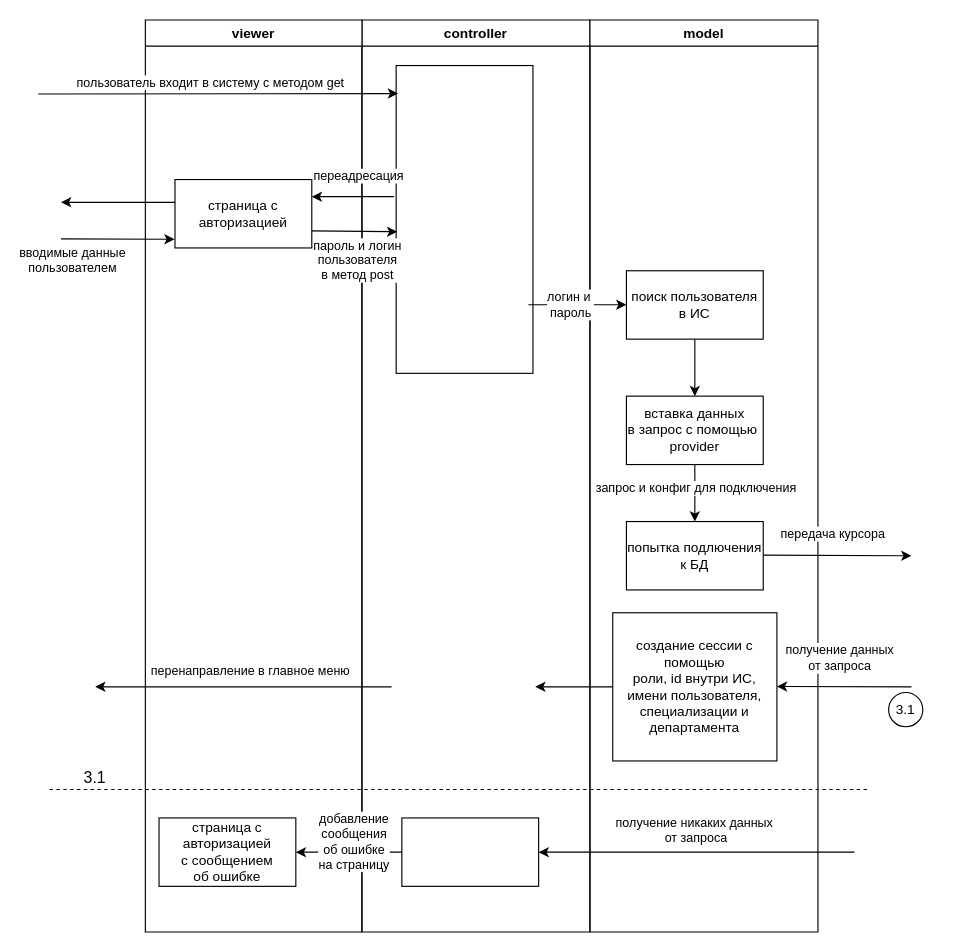
Kirpichikk/final_project keeps this draw.io diagram as мьс/авторизация.drawio. Above is the earlier version. Source tidied: cells renumbered, new cells numbered last; positions are measured from the earlier drawing's top-left corner, leaving out a move shared by most shapes. Both pictures are drawn from the tidied source at 114%, with x=0, y=0 at pixel (38, 19).
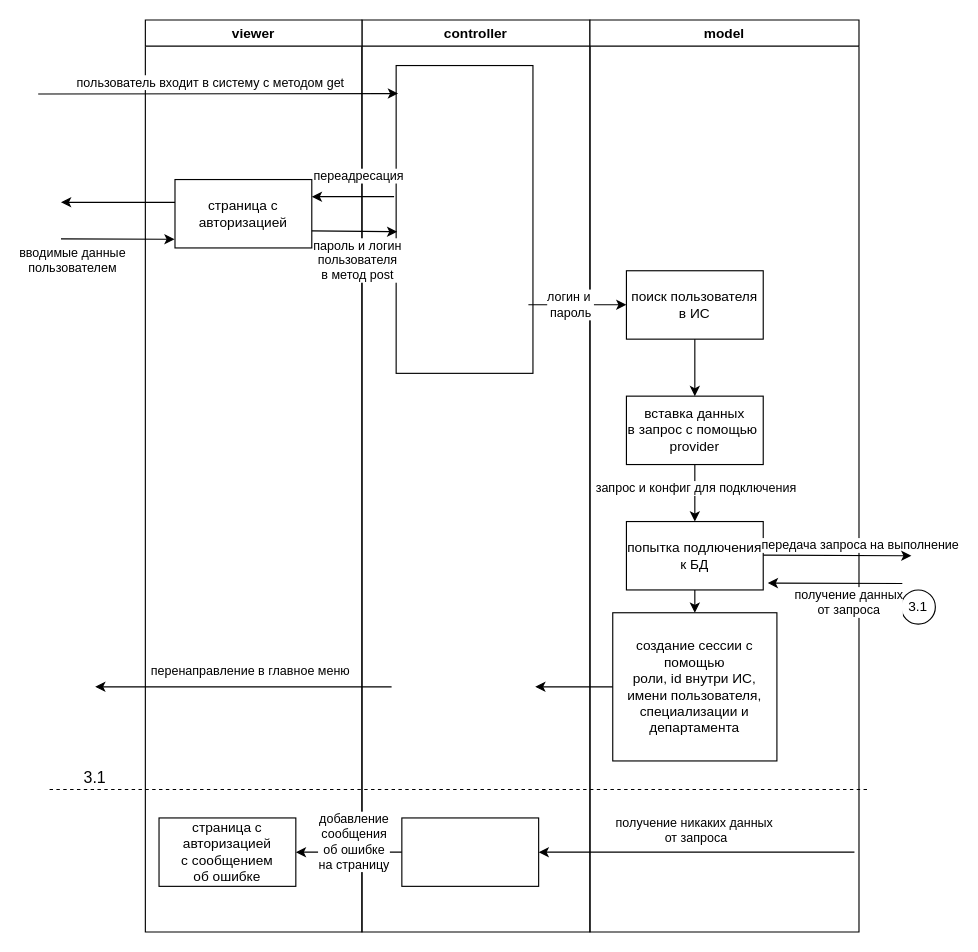
Above is the later version.

The change refers to these unchanged cells:
```xml
<mxCell id="23" value="попытка подлючения&lt;br&gt;к БД" style="rounded=0;whiteSpace=wrap;html=1;" parent="21" vertex="1">
  <mxGeometry x="32" y="440" width="120" height="60" as="geometry" />
</mxCell>
<mxCell id="26" value="создание сессии с помощью&lt;br&gt;роли, id внутри ИС,&lt;br&gt;имени пользователя,&lt;br&gt;специализации и департамента" style="rounded=0;whiteSpace=wrap;html=1;" parent="21" vertex="1">
  <mxGeometry x="20" y="520" width="144" height="130" as="geometry" />
</mxCell>
<mxCell id="35" style="endArrow=classic;html=1;rounded=0;" parent="1" edge="1">
  <mxGeometry relative="1" as="geometry">
    <mxPoint x="636" y="469.5" as="sourcePoint" />
    <mxPoint x="766" y="470" as="targetPoint" />
  </mxGeometry>
</mxCell>
```

Diff of the diagram source:
```diff
@@
     <mxCell id="21" value="model" style="swimlane;whiteSpace=wrap;html=1;" parent="1" vertex="1">
-      <mxGeometry x="484" width="200" height="800" as="geometry" />
+      <mxGeometry x="484" width="236" height="800" as="geometry" />
     </mxCell>
@@
+    <mxCell id="41" style="edgeStyle=orthogonalEdgeStyle;rounded=0;jettySize=auto;html=1;exitX=0.5;exitY=1;exitDx=0;exitDy=0;entryX=0.5;entryY=0;entryDx=0;entryDy=0;" parent="21" edge="1" source="23" target="26">
+      <mxGeometry relative="1" as="geometry" />
+    </mxCell>
@@
+    <mxCell id="42" value="передача запроса на выполнение" style="edgeLabel;html=1;align=center;verticalAlign=middle;" parent="21" vertex="1">
+      <mxGeometry x="236" y="460" as="geometry" />
+    </mxCell>
@@
-    <mxCell id="36" value="передача курсора" style="edgeLabel;html=1;align=center;verticalAlign=middle;" parent="35" vertex="1">
+    <mxCell id="36" style="edgeLabel;html=1;align=center;verticalAlign=middle;" parent="35" vertex="1">
       <mxGeometry x="0.26" y="1" relative="1" as="geometry">
         <mxPoint x="-22" y="-18" as="offset" />
       </mxGeometry>
     </mxCell>
     <mxCell id="37" value="3.1" style="ellipse;whiteSpace=wrap;html=1;" parent="1" vertex="1">
-      <mxGeometry x="746" y="590" width="30" height="30" as="geometry" />
+      <mxGeometry x="757" y="500" width="30" height="30" as="geometry" />
     </mxCell>
     <mxCell id="38" style="endArrow=classic;html=1;rounded=0;" parent="1" edge="1">
       <mxGeometry relative="1" as="geometry">
-        <mxPoint x="766" y="585" as="sourcePoint" />
-        <mxPoint x="648" y="584.7" as="targetPoint" />
+        <mxPoint x="758" y="494.3" as="sourcePoint" />
+        <mxPoint x="640" y="494" as="targetPoint" />
       </mxGeometry>
     </mxCell>
     <mxCell id="39" value="получение данных&lt;br&gt;от запроса" style="edgeLabel;html=1;align=center;verticalAlign=middle;" parent="38" vertex="1">
       <mxGeometry x="-0.4" y="-2" relative="1" as="geometry">
-        <mxPoint x="-29" y="-23" as="offset" />
+        <mxPoint x="-13" y="18" as="offset" />
       </mxGeometry>
     </mxCell>
```
